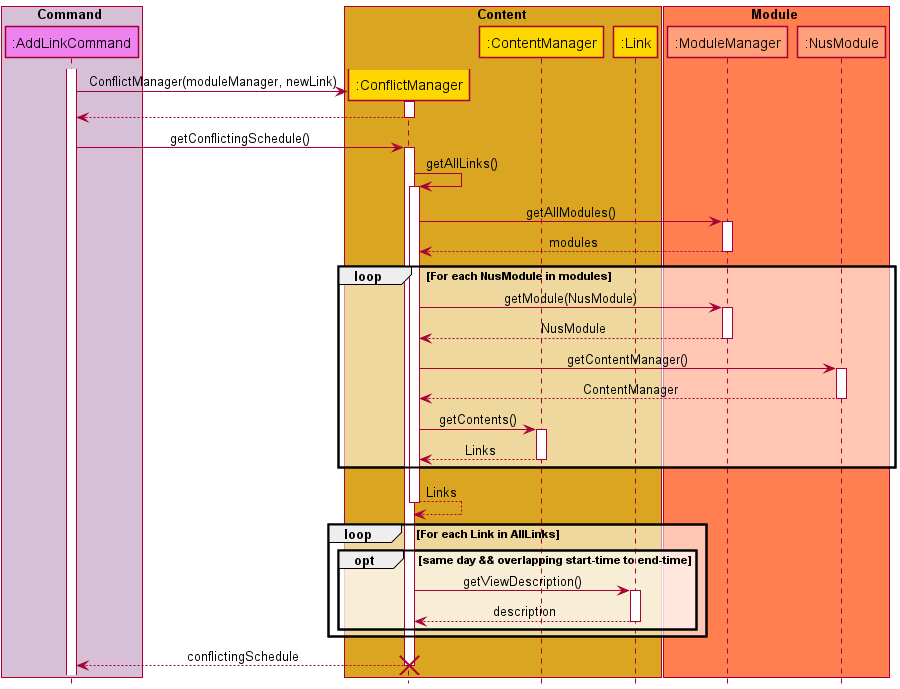
This is docs/attachments/ConflictManagerSequenceDiagram.png from nus-cs2113-AY2122S1/tp, a PlantUML export, as it was before one commit.
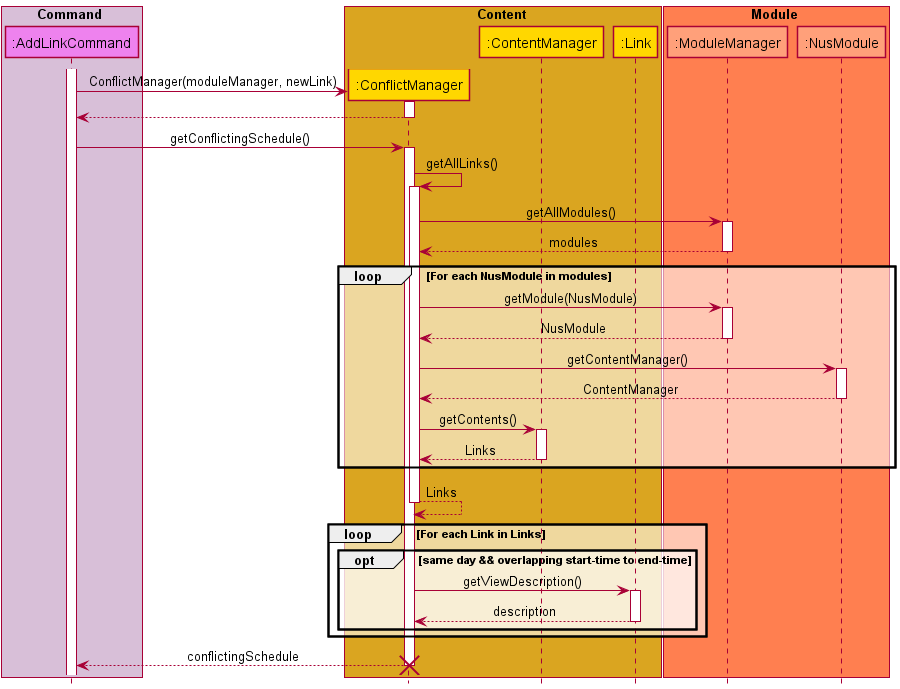
Above is the later version.

Commit message:
Update naming in sequence diagram

What changed in the source:
```diff
@@ -40,7 +40,7 @@
       return Links
     end
     return Links
-    loop For each Link in AllLinks
+    loop For each Link in Links
         opt same day && overlapping start-time to end-time
           ConflictManager -> Link :getViewDescription()
           return description
```
